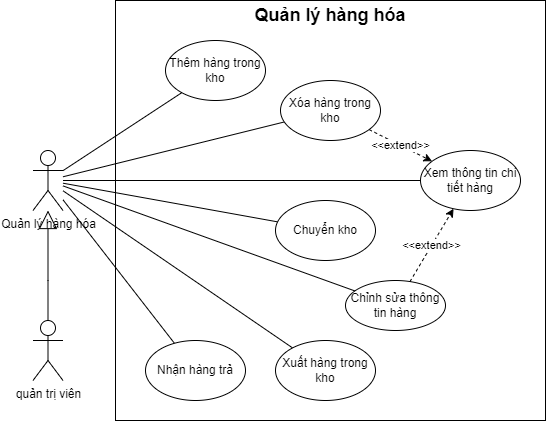
The draw.io diagram img/UseCase/UseCase-Quản lý hàng.drawio.png in hienbui-iwrp/DACN_report, before a commit. Source tidied: cells renumbered, new cells last; positions are measured from the earlier drawing's top-left corner, leaving out a move shared by most shapes.
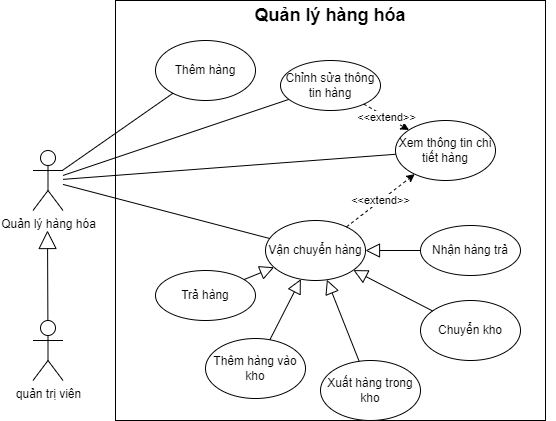
Later version of the same file.

Diff of the diagram source:
```diff
@@ -8,32 +8,23 @@
     <mxCell id="3" value="&lt;b&gt;&lt;font style=&quot;font-size: 18px;&quot;&gt;Quản lý hàng hóa&lt;/font&gt;&lt;/b&gt;" style="text;html=1;strokeColor=none;fillColor=none;align=center;verticalAlign=middle;whiteSpace=wrap;rounded=0;" parent="1" vertex="1">
       <mxGeometry x="72" width="450" height="30" as="geometry" />
     </mxCell>
-    <mxCell id="4" style="rounded=0;jettySize=auto;html=1;endArrow=none;endFill=0;" parent="1" edge="1" source="9" target="16">
-      <mxGeometry relative="1" as="geometry" />
-    </mxCell>
     <mxCell id="5" style="edgeStyle=none;rounded=0;jettySize=auto;html=1;endArrow=none;endFill=0;" parent="1" edge="1" source="9" target="12">
       <mxGeometry relative="1" as="geometry" />
     </mxCell>
-    <mxCell id="6" style="edgeStyle=none;rounded=0;jettySize=auto;html=1;endArrow=none;endFill=0;" parent="1" edge="1" source="9" target="18">
-      <mxGeometry relative="1" as="geometry" />
-    </mxCell>
-    <mxCell id="7" style="edgeStyle=none;rounded=0;jettySize=auto;html=1;endArrow=none;endFill=0;" parent="1" edge="1" source="9" target="21">
-      <mxGeometry relative="1" as="geometry" />
-    </mxCell>
-    <mxCell id="8" style="rounded=0;jettySize=auto;html=1;endArrow=none;endFill=0;" parent="1" edge="1" source="9" target="22">
-      <mxGeometry relative="1" as="geometry" />
-    </mxCell>
+    <mxCell id="23" style="edgeStyle=none;rounded=0;jettySize=auto;html=1;endArrow=none;endFill=0;" parent="1" edge="1" source="9" target="25">
+      <mxGeometry relative="1" as="geometry" />
+    </mxCell>
     <mxCell id="9" value="Quản lý hàng hóa" style="shape=umlActor;verticalLabelPosition=bottom;verticalAlign=top;html=1;outlineConnect=0;" parent="1" vertex="1">
       <mxGeometry x="-0.5" y="150" width="30" height="60" as="geometry" />
     </mxCell>
-    <mxCell id="10" value="Thêm hàng trong kho" style="ellipse;whiteSpace=wrap;html=1;" parent="1" vertex="1">
-      <mxGeometry x="132" y="40" width="100" height="60" as="geometry" />
+    <mxCell id="10" value="Thêm hàng" style="ellipse;whiteSpace=wrap;html=1;" parent="1" vertex="1">
+      <mxGeometry x="122" y="40" width="100" height="60" as="geometry" />
     </mxCell>
     <mxCell id="11" value="Chỉnh sửa thông tin hàng" style="ellipse;whiteSpace=wrap;html=1;" parent="1" vertex="1">
-      <mxGeometry x="312" y="280" width="100" height="50" as="geometry" />
+      <mxGeometry x="247" y="60" width="100" height="50" as="geometry" />
     </mxCell>
     <mxCell id="12" value="Xem thông tin chi tiết hàng" style="ellipse;whiteSpace=wrap;html=1;" parent="1" vertex="1">
-      <mxGeometry x="387" y="150" width="100" height="60" as="geometry" />
+      <mxGeometry x="362" y="120" width="100" height="60" as="geometry" />
     </mxCell>
     <mxCell id="13" value="&amp;lt;&amp;lt;extend&amp;gt;&amp;gt;" style="endArrow=classic;html=1;rounded=0;dashed=1;" parent="1" edge="1" source="11" target="12">
       <mxGeometry relative="1" as="geometry" />
@@ -44,31 +35,49 @@
     <mxCell id="15" style="endArrow=none;html=1;rounded=0;" parent="1" edge="1" source="11" target="9">
       <mxGeometry relative="1" as="geometry" />
     </mxCell>
-    <mxCell id="16" value="Xóa hàng trong kho" style="ellipse;whiteSpace=wrap;html=1;" parent="1" vertex="1">
-      <mxGeometry x="247" y="80" width="100" height="60" as="geometry" />
-    </mxCell>
-    <mxCell id="17" value="&amp;lt;&amp;lt;extend&amp;gt;&amp;gt;" style="endArrow=classic;html=1;rounded=0;dashed=1;" parent="1" edge="1" source="16" target="12">
-      <mxGeometry relative="1" as="geometry" />
-    </mxCell>
-    <mxCell id="18" value="Xuất hàng trong kho" style="ellipse;whiteSpace=wrap;html=1;" parent="1" vertex="1">
-      <mxGeometry x="242" y="340" width="100" height="60" as="geometry" />
-    </mxCell>
     <mxCell id="19" value="&lt;font style=&quot;font-size: 12px;&quot;&gt;quản trị viên&lt;/font&gt;" style="shape=umlActor;verticalLabelPosition=bottom;verticalAlign=top;html=1;outlineConnect=0;" parent="1" vertex="1">
       <mxGeometry x="-0.5" y="320" width="30" height="60" as="geometry" />
     </mxCell>
-    <mxCell id="20" style="endArrow=block;endSize=16;endFill=0;html=1;rounded=0;edgeStyle=orthogonalEdgeStyle;" parent="1" edge="1" source="19" target="9">
+    <mxCell id="20" style="endArrow=block;endSize=16;endFill=0;html=1;rounded=0;" parent="1" edge="1" source="19">
       <mxGeometry relative="1" as="geometry">
-        <Array as="points">
-          <mxPoint x="15" y="280" />
-          <mxPoint x="15" y="280" />
-        </Array>
+        <mxPoint x="14" y="230" as="targetPoint" />
       </mxGeometry>
     </mxCell>
+    <mxCell id="24" value="Thêm hàng vào kho" style="ellipse;whiteSpace=wrap;html=1;" parent="1" vertex="1">
+      <mxGeometry x="172" y="338" width="100" height="60" as="geometry" />
+    </mxCell>
+    <mxCell id="18" value="Xuất hàng trong kho" style="ellipse;whiteSpace=wrap;html=1;" parent="1" vertex="1">
+      <mxGeometry x="287" y="360" width="100" height="60" as="geometry" />
+    </mxCell>
     <mxCell id="21" value="Chuyển kho" style="ellipse;whiteSpace=wrap;html=1;" parent="1" vertex="1">
-      <mxGeometry x="242" y="200" width="100" height="60" as="geometry" />
+      <mxGeometry x="387" y="300" width="100" height="60" as="geometry" />
     </mxCell>
     <mxCell id="22" value="Nhận hàng trả" style="ellipse;whiteSpace=wrap;html=1;" parent="1" vertex="1">
-      <mxGeometry x="112" y="340" width="100" height="60" as="geometry" />
+      <mxGeometry x="387" y="225" width="100" height="50" as="geometry" />
     </mxCell>
+    <mxCell id="25" value="Vận chuyển hàng" style="ellipse;whiteSpace=wrap;html=1;" parent="1" vertex="1">
+      <mxGeometry x="232" y="220" width="100" height="60" as="geometry" />
+    </mxCell>
+    <mxCell id="26" style="endArrow=block;endSize=12;html=1;rounded=0;endFill=0;" parent="1" edge="1" source="24" target="25">
+      <mxGeometry relative="1" as="geometry" />
+    </mxCell>
+    <mxCell id="27" style="endArrow=block;endSize=12;html=1;rounded=0;endFill=0;" parent="1" edge="1" source="18" target="25">
+      <mxGeometry relative="1" as="geometry" />
+    </mxCell>
+    <mxCell id="28" style="endArrow=block;endSize=12;html=1;rounded=0;endFill=0;" parent="1" edge="1" source="21" target="25">
+      <mxGeometry relative="1" as="geometry" />
+    </mxCell>
+    <mxCell id="29" style="endArrow=block;endSize=12;html=1;rounded=0;endFill=0;" parent="1" edge="1" source="22" target="25">
+      <mxGeometry relative="1" as="geometry" />
+    </mxCell>
+    <mxCell id="30" value="Trả hàng" style="ellipse;whiteSpace=wrap;html=1;" parent="1" vertex="1">
+      <mxGeometry x="122" y="270" width="100" height="50" as="geometry" />
+    </mxCell>
+    <mxCell id="31" style="endArrow=block;endSize=12;html=1;rounded=0;endFill=0;" parent="1" edge="1" source="30" target="25">
+      <mxGeometry relative="1" as="geometry" />
+    </mxCell>
+    <mxCell id="17" value="&amp;lt;&amp;lt;extend&amp;gt;&amp;gt;" style="endArrow=classic;html=1;rounded=0;dashed=1;" parent="1" edge="1" source="25" target="12">
+      <mxGeometry relative="1" as="geometry" />
+    </mxCell>
   </root>
 </mxGraphModel>
```
